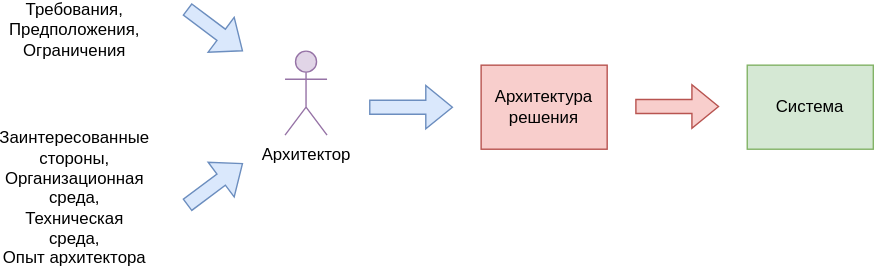
Before: 1. Tech Skills/0. Архитектура/0. Solution Architecture/schemas/sa_context.svg, a diagram exported from draw.io (aleksei-khitev/knowledge_base). Source tidied: cells renumbered, new cells last; positions are measured from the earlier drawing's top-left corner, leaving out a move shared by most shapes. Its diagram source:
```xml
<mxGraphModel>
  <root>
    <mxCell id="0" />
    <mxCell id="1" parent="0" />
    <mxCell id="2" value="Архитектор" style="shape=umlActor;verticalLabelPosition=bottom;verticalAlign=top;html=1;fillColor=#e1d5e7;strokeColor=#9673a6;" parent="1" vertex="1">
      <mxGeometry x="180" y="30" width="30" height="60" as="geometry" />
    </mxCell>
    <mxCell id="3" value="Требования,&lt;br&gt;Предположения,&lt;br&gt;Ограничения" style="text;html=1;strokeColor=none;fillColor=none;align=center;verticalAlign=middle;whiteSpace=wrap;rounded=0;" parent="1" vertex="1">
      <mxGeometry width="60" height="30" as="geometry" />
    </mxCell>
    <mxCell id="4" value="Заинтересованные стороны,&lt;br&gt;Организационная среда,&lt;br&gt;Техническая среда,&lt;br&gt;Опыт архитектора" style="text;html=1;strokeColor=none;fillColor=none;align=center;verticalAlign=middle;whiteSpace=wrap;rounded=0;" parent="1" vertex="1">
      <mxGeometry y="120" width="60" height="30" as="geometry" />
    </mxCell>
    <mxCell id="5" style="shape=flexArrow;endArrow=classic;html=1;rounded=0;fillColor=#dae8fc;strokeColor=#6c8ebf;" parent="1" edge="1">
      <mxGeometry relative="1" as="geometry">
        <mxPoint x="110" as="sourcePoint" />
        <mxPoint x="150" y="30" as="targetPoint" />
      </mxGeometry>
    </mxCell>
    <mxCell id="6" style="shape=flexArrow;endArrow=classic;html=1;rounded=0;fillColor=#dae8fc;strokeColor=#6c8ebf;" parent="1" edge="1">
      <mxGeometry relative="1" as="geometry">
        <mxPoint x="110" y="140" as="sourcePoint" />
        <mxPoint x="150" y="110" as="targetPoint" />
      </mxGeometry>
    </mxCell>
    <mxCell id="7" style="shape=flexArrow;endArrow=classic;html=1;rounded=0;fillColor=#dae8fc;strokeColor=#6c8ebf;" parent="1" edge="1">
      <mxGeometry relative="1" as="geometry">
        <mxPoint x="240" y="70" as="sourcePoint" />
        <mxPoint x="300" y="70" as="targetPoint" />
      </mxGeometry>
    </mxCell>
    <mxCell id="8" value="Архитектура&lt;br&gt;решения" style="rounded=0;whiteSpace=wrap;html=1;fillColor=#f8cecc;strokeColor=#b85450;" parent="1" vertex="1">
      <mxGeometry x="320" y="40" width="90" height="60" as="geometry" />
    </mxCell>
    <mxCell id="9" style="shape=flexArrow;endArrow=classic;html=1;rounded=0;fillColor=#f8cecc;strokeColor=#b85450;" parent="1" edge="1">
      <mxGeometry relative="1" as="geometry">
        <mxPoint x="430" y="69.5" as="sourcePoint" />
        <mxPoint x="490" y="69.5" as="targetPoint" />
      </mxGeometry>
    </mxCell>
    <mxCell id="10" value="Система" style="rounded=0;whiteSpace=wrap;html=1;fillColor=#d5e8d4;strokeColor=#82b366;" parent="1" vertex="1">
      <mxGeometry x="510" y="40" width="90" height="60" as="geometry" />
    </mxCell>
  </root>
</mxGraphModel>
```
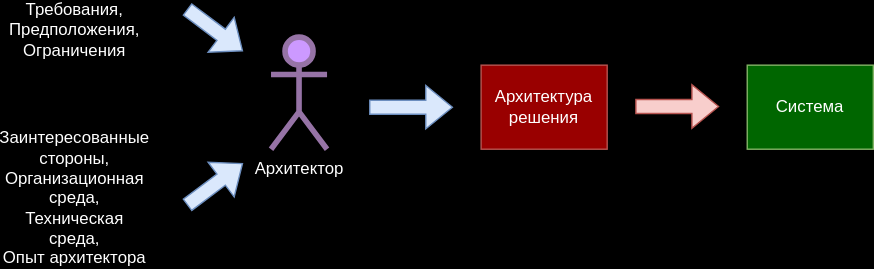
After the commit.

Diff of the diagram source:
```diff
@@ -1,14 +1,14 @@
-<mxGraphModel>
+<mxGraphModel background="#000000">
   <root>
     <mxCell id="0" />
     <mxCell id="1" parent="0" />
-    <mxCell id="2" value="Архитектор" style="shape=umlActor;verticalLabelPosition=bottom;verticalAlign=top;html=1;fillColor=#e1d5e7;strokeColor=#9673a6;" parent="1" vertex="1">
-      <mxGeometry x="180" y="30" width="30" height="60" as="geometry" />
+    <mxCell id="2" value="Архитектор" style="shape=umlActor;verticalLabelPosition=bottom;verticalAlign=top;html=1;fillColor=#CC99FF;strokeColor=#9673a6;fontColor=#FFFFFF;shadow=0;gradientColor=none;strokeWidth=4;" parent="1" vertex="1">
+      <mxGeometry x="170" y="20" width="40" height="80" as="geometry" />
     </mxCell>
-    <mxCell id="3" value="Требования,&lt;br&gt;Предположения,&lt;br&gt;Ограничения" style="text;html=1;strokeColor=none;fillColor=none;align=center;verticalAlign=middle;whiteSpace=wrap;rounded=0;" parent="1" vertex="1">
+    <mxCell id="3" value="Требования,&lt;br&gt;Предположения,&lt;br&gt;Ограничения" style="text;html=1;strokeColor=none;fillColor=none;align=center;verticalAlign=middle;whiteSpace=wrap;rounded=0;fontColor=#FFFFFF;" parent="1" vertex="1">
       <mxGeometry width="60" height="30" as="geometry" />
     </mxCell>
-    <mxCell id="4" value="Заинтересованные стороны,&lt;br&gt;Организационная среда,&lt;br&gt;Техническая среда,&lt;br&gt;Опыт архитектора" style="text;html=1;strokeColor=none;fillColor=none;align=center;verticalAlign=middle;whiteSpace=wrap;rounded=0;" parent="1" vertex="1">
+    <mxCell id="4" value="Заинтересованные стороны,&lt;br&gt;Организационная среда,&lt;br&gt;Техническая среда,&lt;br&gt;Опыт архитектора" style="text;html=1;strokeColor=none;fillColor=none;align=center;verticalAlign=middle;whiteSpace=wrap;rounded=0;fontColor=#FFFFFF;" parent="1" vertex="1">
       <mxGeometry y="120" width="60" height="30" as="geometry" />
     </mxCell>
     <mxCell id="5" style="shape=flexArrow;endArrow=classic;html=1;rounded=0;fillColor=#dae8fc;strokeColor=#6c8ebf;" parent="1" edge="1">
@@ -29,7 +29,7 @@
         <mxPoint x="300" y="70" as="targetPoint" />
       </mxGeometry>
     </mxCell>
-    <mxCell id="8" value="Архитектура&lt;br&gt;решения" style="rounded=0;whiteSpace=wrap;html=1;fillColor=#f8cecc;strokeColor=#b85450;" parent="1" vertex="1">
+    <mxCell id="8" value="Архитектура&lt;br&gt;решения" style="rounded=0;whiteSpace=wrap;html=1;fillColor=#990000;strokeColor=#b85450;fontColor=#FFFFFF;" parent="1" vertex="1">
       <mxGeometry x="320" y="40" width="90" height="60" as="geometry" />
     </mxCell>
     <mxCell id="9" style="shape=flexArrow;endArrow=classic;html=1;rounded=0;fillColor=#f8cecc;strokeColor=#b85450;" parent="1" edge="1">
@@ -38,7 +38,7 @@
         <mxPoint x="490" y="69.5" as="targetPoint" />
       </mxGeometry>
     </mxCell>
-    <mxCell id="10" value="Система" style="rounded=0;whiteSpace=wrap;html=1;fillColor=#d5e8d4;strokeColor=#82b366;" parent="1" vertex="1">
+    <mxCell id="10" value="Система" style="rounded=0;whiteSpace=wrap;html=1;fillColor=#006600;strokeColor=#82b366;fontColor=#FFFFFF;" parent="1" vertex="1">
       <mxGeometry x="510" y="40" width="90" height="60" as="geometry" />
     </mxCell>
   </root>
```
